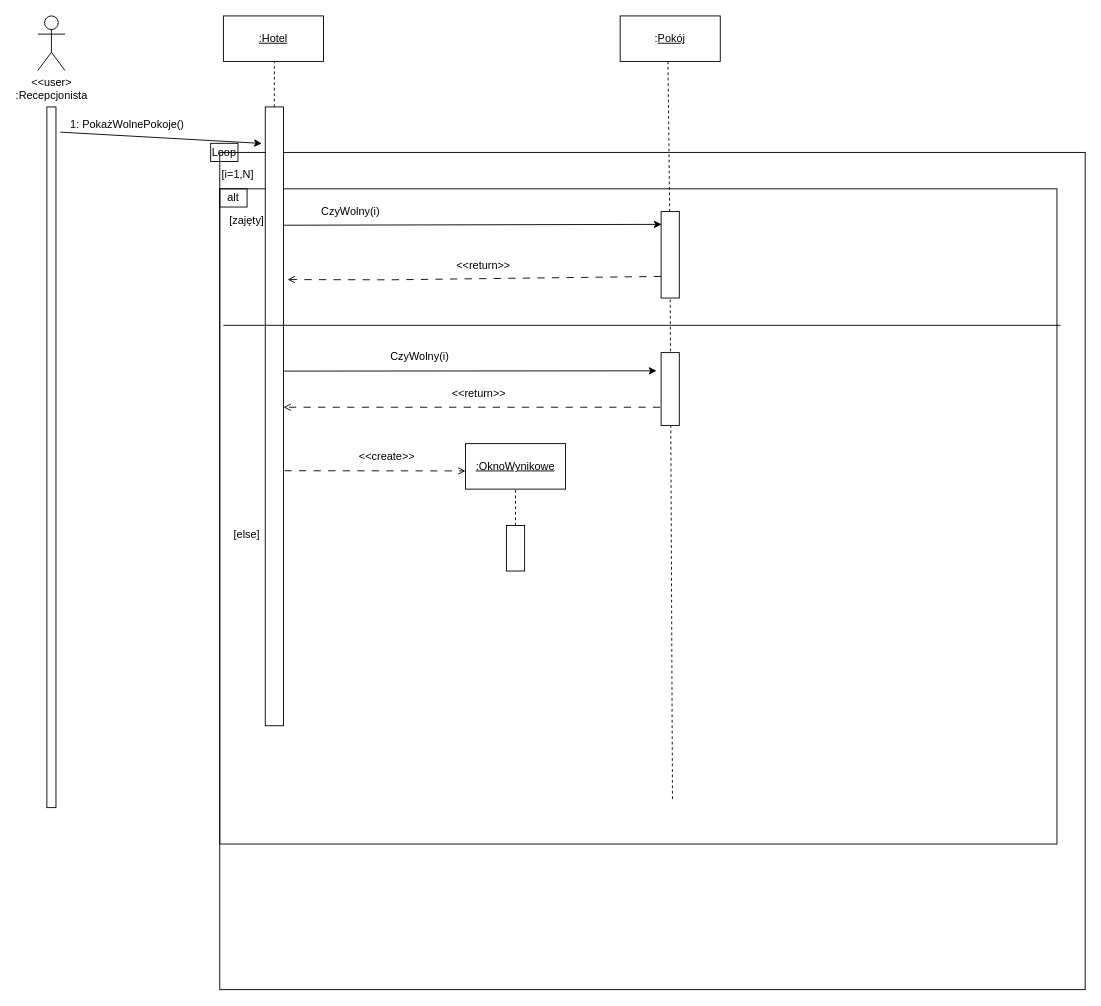
Earlier version of the draw.io diagram przebieg.drawio (MichjuX/UML_Diagrams). Source tidied: cells renumbered, new cells numbered last; positions are measured from the earlier drawing's top-left corner, leaving out a move shared by most shapes. Both pictures are drawn from the tidied source at 91%, with x=0, y=0 at pixel (37, 15).
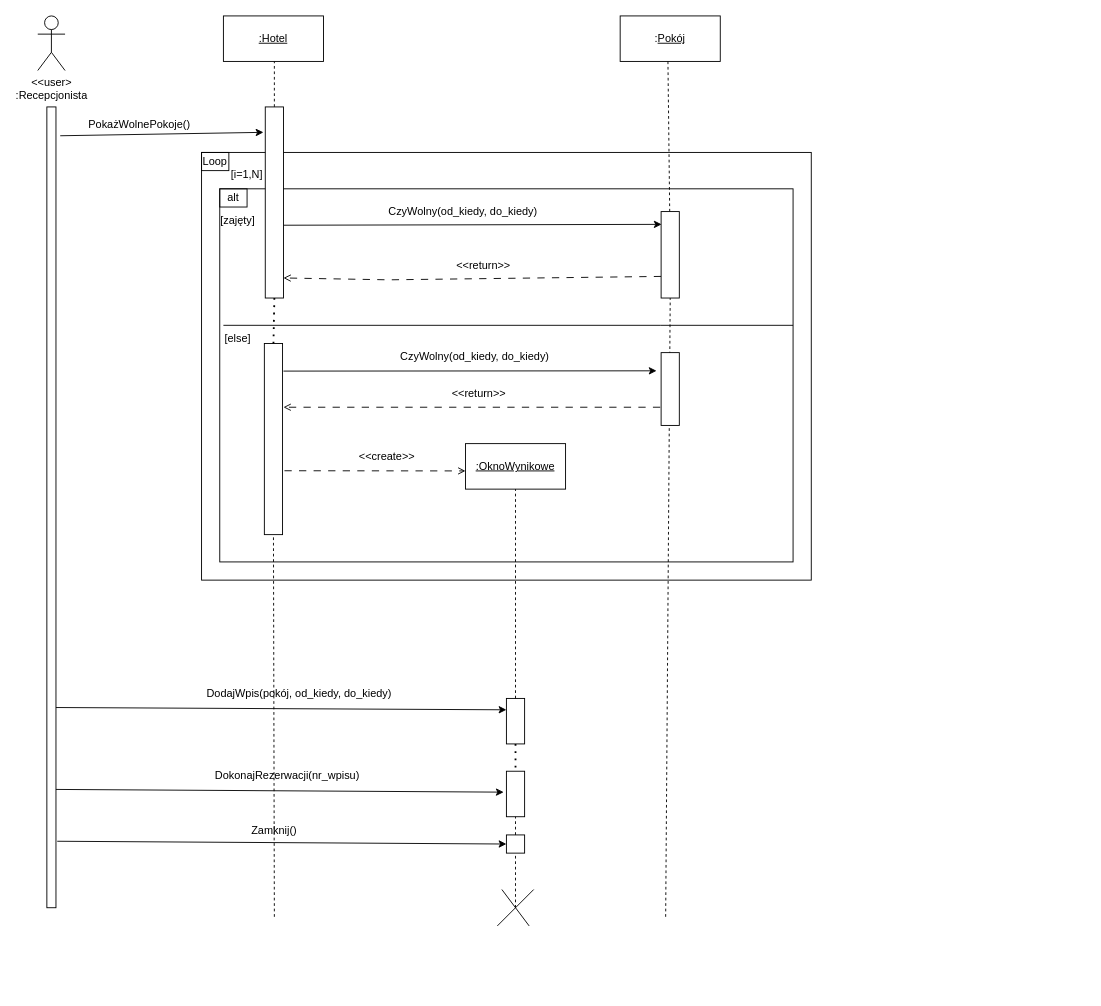
After the change.

The change refers to these unchanged cells:
```xml
<mxCell id="28" style="rounded=0;whiteSpace=wrap;html=1;" parent="1" vertex="1">
  <mxGeometry x="685" y="215" width="20" height="95" as="geometry" />
</mxCell>
```

The edit, as a diff of the source:
```diff
@@
+    <mxCell id="3" style="rounded=0;whiteSpace=wrap;html=1;fillColor=none;" parent="1" vertex="1">
+      <mxGeometry x="180" y="150" width="670" height="470" as="geometry" />
+    </mxCell>
     <mxCell id="2" style="rounded=0;whiteSpace=wrap;html=1;fillColor=none;" parent="1" vertex="1">
-      <mxGeometry x="200" y="190" width="920" height="720" as="geometry" />
+      <mxGeometry x="200" y="190" width="630" height="410" as="geometry" />
     </mxCell>
-    <mxCell id="3" style="rounded=0;whiteSpace=wrap;html=1;fillColor=none;" parent="1" vertex="1">
-      <mxGeometry x="200" y="150" width="951" height="920" as="geometry" />
-    </mxCell>
-    <mxCell id="4" style="rounded=0;whiteSpace=wrap;html=1;" parent="1" vertex="1">
-      <mxGeometry x="250" y="100" width="20" height="680" as="geometry" />
-    </mxCell>
     <mxCell id="5" style="html=1;whiteSpace=wrap;" parent="1" vertex="1">
-      <mxGeometry x="10" y="100" width="10" height="770" as="geometry" />
+      <mxGeometry x="10" y="100" width="10" height="880" as="geometry" />
     </mxCell>
@@
-    <mxCell id="7" style="endArrow=classic;html=1;rounded=0;exitX=1.469;exitY=0.036;exitDx=0;exitDy=0;exitPerimeter=0;entryX=-0.188;entryY=0.059;entryDx=0;entryDy=0;entryPerimeter=0;" parent="1" edge="1" source="5" target="4">
+    <mxCell id="7" style="endArrow=classic;html=1;rounded=0;exitX=1.469;exitY=0.036;exitDx=0;exitDy=0;exitPerimeter=0;entryX=-0.1;entryY=0.133;entryDx=0;entryDy=0;entryPerimeter=0;" parent="1" edge="1" source="5" target="4">
       <mxGeometry relative="1" as="geometry" />
     </mxCell>
-    <mxCell id="8" value="1: PokażWolnePokoje()" style="text;strokeColor=none;fillColor=none;align=left;verticalAlign=middle;spacingLeft=4;spacingRight=4;overflow=hidden;whiteSpace=wrap;html=1;" parent="1" vertex="1">
-      <mxGeometry x="30" y="110" width="140" height="20" as="geometry" />
+    <mxCell id="8" value="PokażWolnePokoje()" style="text;strokeColor=none;fillColor=none;align=left;verticalAlign=middle;spacingLeft=4;spacingRight=4;overflow=hidden;whiteSpace=wrap;html=1;" parent="1" vertex="1">
+      <mxGeometry x="50" y="110" width="140" height="20" as="geometry" />
     </mxCell>
@@
     <mxCell id="13" value="Loop" style="rounded=0;whiteSpace=wrap;html=1;fillColor=none;" parent="1" vertex="1">
-      <mxGeometry x="190" y="140" width="30" height="20" as="geometry" />
+      <mxGeometry x="180" y="150" width="30" height="20" as="geometry" />
     </mxCell>
     <mxCell id="14" value="[i=1,N]" style="text;html=1;align=center;verticalAlign=middle;whiteSpace=wrap;rounded=0;" parent="1" vertex="1">
-      <mxGeometry x="190" y="160" width="60" height="30" as="geometry" />
+      <mxGeometry x="200" y="160" width="60" height="30" as="geometry" />
     </mxCell>
@@
-    <mxCell id="16" value="CzyWolny(i)" style="text;html=1;align=center;verticalAlign=middle;whiteSpace=wrap;rounded=0;" parent="1" vertex="1">
-      <mxGeometry x="314" y="200" width="60" height="30" as="geometry" />
-    </mxCell>
-    <mxCell id="17" style="endArrow=open;html=1;rounded=0;dashed=1;dashPattern=8 8;endFill=0;exitX=0;exitY=0.75;exitDx=0;exitDy=0;entryX=1.226;entryY=0.279;entryDx=0;entryDy=0;entryPerimeter=0;" parent="1" edge="1" source="28" target="4">
+    <mxCell id="17" style="endArrow=open;html=1;rounded=0;dashed=1;dashPattern=8 8;endFill=0;exitX=0;exitY=0.75;exitDx=0;exitDy=0;entryX=1;entryY=0.895;entryDx=0;entryDy=0;entryPerimeter=0;" parent="1" edge="1" source="28" target="4">
       <mxGeometry relative="1" as="geometry">
         <Array as="points">
           <mxPoint x="385.5" y="290" />
         </Array>
       </mxGeometry>
     </mxCell>
@@
-    <mxCell id="21" style="endArrow=none;html=1;rounded=0;entryX=1;entryY=0.5;entryDx=0;entryDy=0;exitX=0;exitY=0.5;exitDx=0;exitDy=0;" parent="1" edge="1">
+    <mxCell id="21" style="endArrow=none;html=1;rounded=0;exitX=0;exitY=0.5;exitDx=0;exitDy=0;" parent="1" edge="1">
       <mxGeometry relative="1" as="geometry">
         <mxPoint x="204" y="340" as="sourcePoint" />
-        <mxPoint x="1124" y="340" as="targetPoint" />
+        <mxPoint x="830" y="340" as="targetPoint" />
         <Array as="points">
           <mxPoint x="684" y="340" />
         </Array>
       </mxGeometry>
     </mxCell>
-    <mxCell id="22" value="CzyWolny(i)" style="text;html=1;align=center;verticalAlign=middle;whiteSpace=wrap;rounded=0;" parent="1" vertex="1">
-      <mxGeometry x="390" y="360" width="60" height="30" as="geometry" />
+    <mxCell id="22" value="CzyWolny(od_kiedy, do_kiedy)" style="text;html=1;align=center;verticalAlign=middle;whiteSpace=wrap;rounded=0;" parent="1" vertex="1">
+      <mxGeometry x="372.5" y="360" width="215" height="30" as="geometry" />
     </mxCell>
     <mxCell id="23" value="[zajęty]" style="text;html=1;align=center;verticalAlign=middle;whiteSpace=wrap;rounded=0;" parent="1" vertex="1">
-      <mxGeometry x="200" y="210" width="60" height="30" as="geometry" />
+      <mxGeometry x="190" y="210" width="60" height="30" as="geometry" />
     </mxCell>
     <mxCell id="24" value="[else]" style="text;html=1;align=center;verticalAlign=middle;whiteSpace=wrap;rounded=0;" parent="1" vertex="1">
-      <mxGeometry x="200" y="555" width="60" height="30" as="geometry" />
+      <mxGeometry x="190" y="340" width="60" height="30" as="geometry" />
     </mxCell>
@@
     <mxCell id="27" style="endArrow=none;dashed=1;html=1;rounded=0;entryX=0.5;entryY=1;entryDx=0;entryDy=0;" parent="1" edge="1" target="28">
       <mxGeometry relative="1" as="geometry">
-        <mxPoint x="697.5" y="860.6" as="sourcePoint" />
+        <mxPoint x="690" y="990" as="sourcePoint" />
       </mxGeometry>
     </mxCell>
@@
     <mxCell id="29" style="rounded=0;whiteSpace=wrap;html=1;" parent="1" vertex="1">
-      <mxGeometry x="515" y="560" width="20" height="50" as="geometry" />
+      <mxGeometry x="515" y="750" width="20" height="50" as="geometry" />
     </mxCell>
@@
+    <mxCell id="4" style="rounded=0;whiteSpace=wrap;html=1;" parent="1" vertex="1">
+      <mxGeometry x="250" y="100" width="20" height="210" as="geometry" />
+    </mxCell>
+    <mxCell id="35" style="endArrow=classic;html=1;rounded=0;entryX=0;entryY=0.25;entryDx=0;entryDy=0;exitX=1;exitY=0.75;exitDx=0;exitDy=0;" parent="1" edge="1" source="5" target="29">
+      <mxGeometry relative="1" as="geometry" />
+    </mxCell>
+    <mxCell id="36" value="DodajWpis(pokój, od_kiedy, do_kiedy)" style="text;html=1;align=center;verticalAlign=middle;whiteSpace=wrap;rounded=0;" parent="1" vertex="1">
+      <mxGeometry x="170" y="730" width="235" height="30" as="geometry" />
+    </mxCell>
+    <mxCell id="37" value="DokonajRezerwacji(nr_wpisu)" style="text;html=1;align=center;verticalAlign=middle;whiteSpace=wrap;rounded=0;" parent="1" vertex="1">
+      <mxGeometry x="189" y="820" width="171" height="30" as="geometry" />
+    </mxCell>
+    <mxCell id="38" style="rounded=0;whiteSpace=wrap;html=1;" parent="1" vertex="1">
+      <mxGeometry x="249" y="360" width="20" height="210" as="geometry" />
+    </mxCell>
+    <mxCell id="39" style="endArrow=classic;html=1;rounded=0;exitX=1.3;exitY=0.857;exitDx=0;exitDy=0;exitPerimeter=0;entryX=0;entryY=0.25;entryDx=0;entryDy=0;" parent="1" edge="1">
+      <mxGeometry relative="1" as="geometry">
+        <mxPoint x="20" y="850" as="sourcePoint" />
+        <mxPoint x="512" y="853" as="targetPoint" />
+      </mxGeometry>
+    </mxCell>
+    <mxCell id="40" style="endArrow=none;dashed=1;html=1;dashPattern=1 3;strokeWidth=2;rounded=0;exitX=0.5;exitY=1;exitDx=0;exitDy=0;entryX=0.5;entryY=0;entryDx=0;entryDy=0;" parent="1" edge="1" source="29" target="41">
+      <mxGeometry relative="1" as="geometry" />
+    </mxCell>
+    <mxCell id="41" style="rounded=0;whiteSpace=wrap;html=1;" parent="1" vertex="1">
+      <mxGeometry x="515" y="830" width="20" height="50" as="geometry" />
+    </mxCell>
+    <mxCell id="42" value="CzyWolny(od_kiedy, do_kiedy)" style="text;html=1;align=center;verticalAlign=middle;whiteSpace=wrap;rounded=0;" parent="1" vertex="1">
+      <mxGeometry x="360" y="200" width="215" height="30" as="geometry" />
+    </mxCell>
+    <mxCell id="43" style="endArrow=none;dashed=1;html=1;dashPattern=1 3;strokeWidth=2;rounded=0;entryX=0.5;entryY=1;entryDx=0;entryDy=0;exitX=0.5;exitY=0;exitDx=0;exitDy=0;" parent="1" edge="1" source="38" target="4">
+      <mxGeometry relative="1" as="geometry" />
+    </mxCell>
+    <mxCell id="44" style="rounded=0;whiteSpace=wrap;html=1;" parent="1" vertex="1">
+      <mxGeometry x="515" y="900" width="20" height="20" as="geometry" />
+    </mxCell>
+    <mxCell id="45" style="endArrow=none;dashed=1;html=1;rounded=0;entryX=0.5;entryY=1;entryDx=0;entryDy=0;exitX=0.5;exitY=0;exitDx=0;exitDy=0;" parent="1" edge="1" source="44" target="41">
+      <mxGeometry relative="1" as="geometry" />
+    </mxCell>
+    <mxCell id="46" style="endArrow=classic;html=1;rounded=0;exitX=1.141;exitY=0.917;exitDx=0;exitDy=0;exitPerimeter=0;entryX=0;entryY=0.5;entryDx=0;entryDy=0;" parent="1" edge="1" source="5" target="44">
+      <mxGeometry relative="1" as="geometry" />
+    </mxCell>
+    <mxCell id="47" value="Zamknij()" style="text;html=1;align=center;verticalAlign=middle;whiteSpace=wrap;rounded=0;" parent="1" vertex="1">
+      <mxGeometry x="230" y="880" width="60" height="30" as="geometry" />
+    </mxCell>
+    <mxCell id="48" style="endArrow=none;dashed=1;html=1;rounded=0;entryX=0.5;entryY=1;entryDx=0;entryDy=0;" parent="1" edge="1" target="44">
+      <mxGeometry relative="1" as="geometry">
+        <mxPoint x="525" y="980" as="sourcePoint" />
+      </mxGeometry>
+    </mxCell>
+    <mxCell id="49" style="endArrow=none;html=1;rounded=0;" parent="1" edge="1">
+      <mxGeometry relative="1" as="geometry">
+        <mxPoint x="505" y="1000" as="sourcePoint" />
+        <mxPoint x="545" y="960" as="targetPoint" />
+      </mxGeometry>
+    </mxCell>
+    <mxCell id="50" style="endArrow=none;html=1;rounded=0;" parent="1" edge="1">
+      <mxGeometry relative="1" as="geometry">
+        <mxPoint x="510" y="960" as="sourcePoint" />
+        <mxPoint x="540" y="1000" as="targetPoint" />
+      </mxGeometry>
+    </mxCell>
+    <mxCell id="51" style="endArrow=none;dashed=1;html=1;rounded=0;entryX=0.5;entryY=1;entryDx=0;entryDy=0;" parent="1" edge="1" target="38">
+      <mxGeometry relative="1" as="geometry">
+        <mxPoint x="260" y="990" as="sourcePoint" />
+      </mxGeometry>
+    </mxCell>
```
